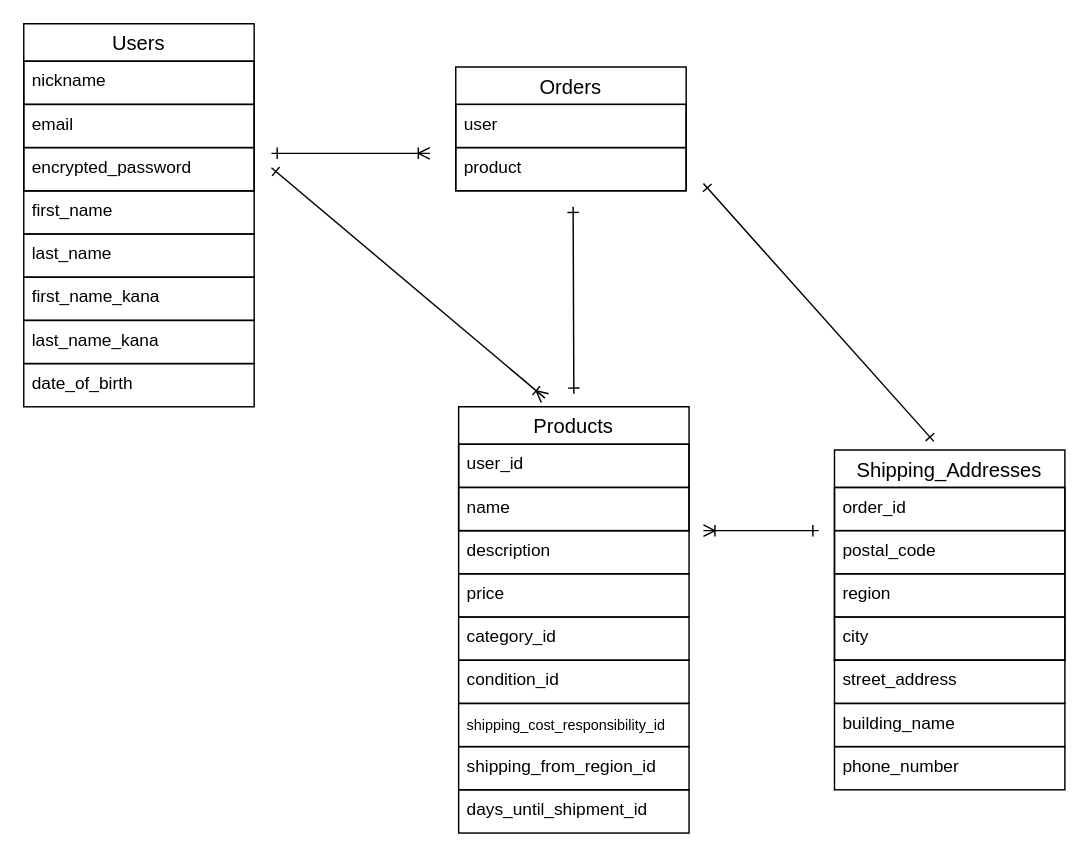
The draw.io diagram page "ページ1" (1 of 2) of test.dio in buhibuhiRich/furima-39891, before the edit. Source tidied: cells renumbered, new cells numbered last; positions are measured from the earlier drawing's top-left corner, leaving out a move shared by most shapes. Both pictures are drawn from the tidied source at 144%, with x=0, y=0 at pixel (23, 23).
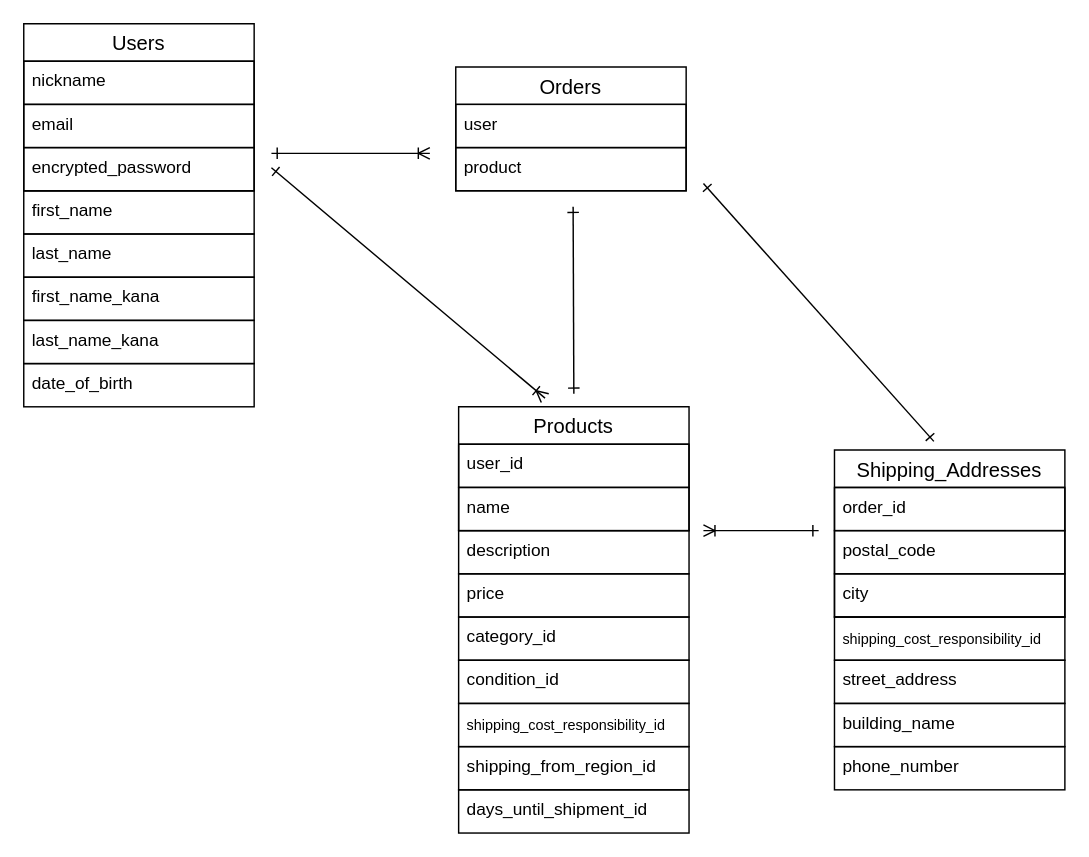
The same page after the edit.

Commit message (it also covers changes not shown here):
データベース修正

Diff of the diagram source:
```diff
@@
     <mxCell id="20" value="Shipping_Addresses" style="swimlane;fontStyle=0;horizontal=1;startSize=26;align=center;fontSize=14;" parent="1" vertex="1">
-      <mxGeometry x="563" y="296" width="160" height="146" as="geometry" />
+      <mxGeometry x="563" y="296" width="160" height="116" as="geometry" />
     </mxCell>
@@
-    <mxCell id="23" value="region" style="text;strokeColor=default;fillColor=none;spacingLeft=4;spacingRight=4;overflow=hidden;fontSize=12;" parent="20" vertex="1">
-      <mxGeometry y="86" width="160" height="30" as="geometry" />
-    </mxCell>
     <mxCell id="24" value="city" style="text;strokeColor=default;fillColor=none;spacingLeft=4;spacingRight=4;overflow=hidden;fontSize=12;" parent="20" vertex="1">
-      <mxGeometry y="116" width="160" height="30" as="geometry" />
+      <mxGeometry y="86" width="160" height="30" as="geometry" />
     </mxCell>
@@
+    <mxCell id="37" value="shipping_cost_responsibility_id" style="text;strokeColor=default;fillColor=none;spacingLeft=4;spacingRight=4;overflow=hidden;fontSize=10;verticalAlign=middle;" parent="1" vertex="1">
+      <mxGeometry x="563" y="412" width="160" height="30" as="geometry" />
+    </mxCell>
```
